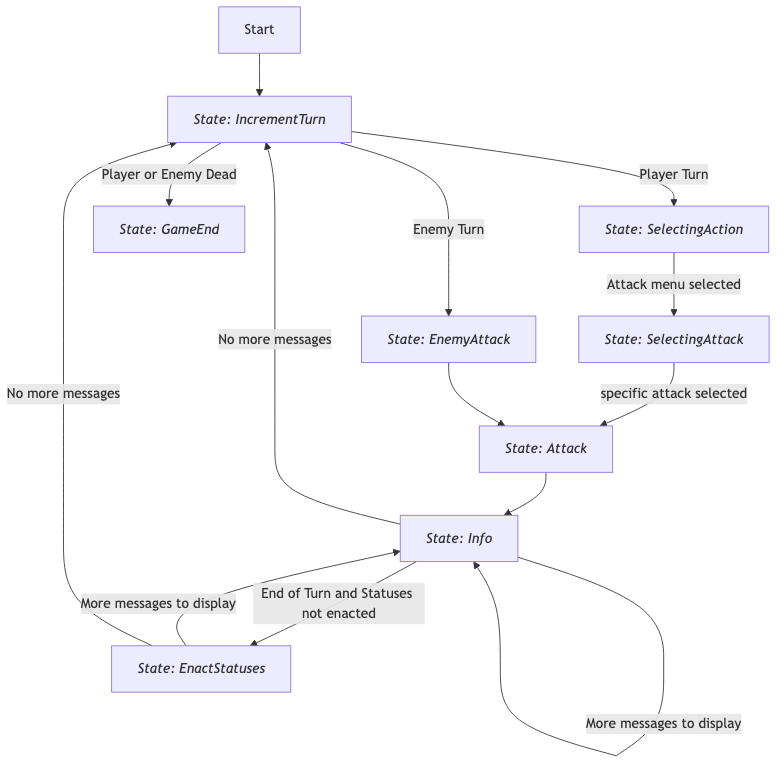
Earlier version of the Mermaid export docs/state_diagram.png (JakeTaussig/rpg-rougelike). Its source is kept beside it as docs/state_diagram.mermaid. The source it was exported from:
```mermaid
flowchart TD
  Start
  IncrementTurn[*State: IncrementTurn*]
  SelectingAction[*State: SelectingAction*]
  SelectingAttack[*State: SelectingAttack*]
  Attack[*State: Attack*]
  Info[*State: Info*]
  EnemyAttack[*State: EnemyAttack*]
  GameEnd[*State: GameEnd*]
  EnactStatuses[*State: EnactStatuses*]

  Start --> IncrementTurn

  IncrementTurn --> |Player Turn| SelectingAction
  SelectingAction --> |Attack menu selected| SelectingAttack
  SelectingAttack --> |specific attack selected| Attack

  IncrementTurn --> |Enemy Turn| EnemyAttack
  EnemyAttack --> Attack

  Attack --> Info

  IncrementTurn --> |Player or Enemy Dead| GameEnd

  Info --> |No more messages| IncrementTurn
  Info --> |More messages to display| Info
  Info --> |End of Turn and Statuses not enacted|EnactStatuses

  EnactStatuses --> |More messages to display|Info
  EnactStatuses --> |No more messages|IncrementTurn
```
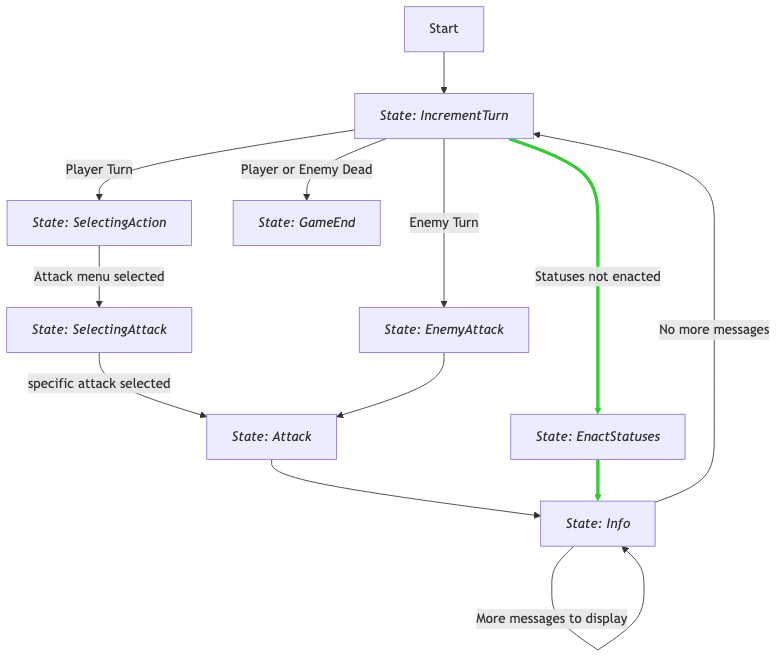
Later version of the same file.

Commit message:
Return to up-to-date state diagram, with image

This reverts commit dc158f8b72ab34133b58e3681393a82e28692442.

Diff of the diagram source:
```diff
@@ -15,6 +15,7 @@
   SelectingAction --> |Attack menu selected| SelectingAttack
   SelectingAttack --> |specific attack selected| Attack
 
+
   IncrementTurn --> |Enemy Turn| EnemyAttack
   EnemyAttack --> Attack
 
@@ -22,9 +23,11 @@
 
   IncrementTurn --> |Player or Enemy Dead| GameEnd
 
+  IncrementTurn --> |Statuses not enacted| EnactStatuses
+  linkStyle 8 stroke:#33cc33,stroke-width:4px
+
   Info --> |No more messages| IncrementTurn
   Info --> |More messages to display| Info
-  Info --> |End of Turn and Statuses not enacted|EnactStatuses
 
-  EnactStatuses --> |More messages to display|Info
-  EnactStatuses --> |No more messages|IncrementTurn
+  EnactStatuses --> Info
+  linkStyle 11 stroke:#33cc33,stroke-width:4px
```
